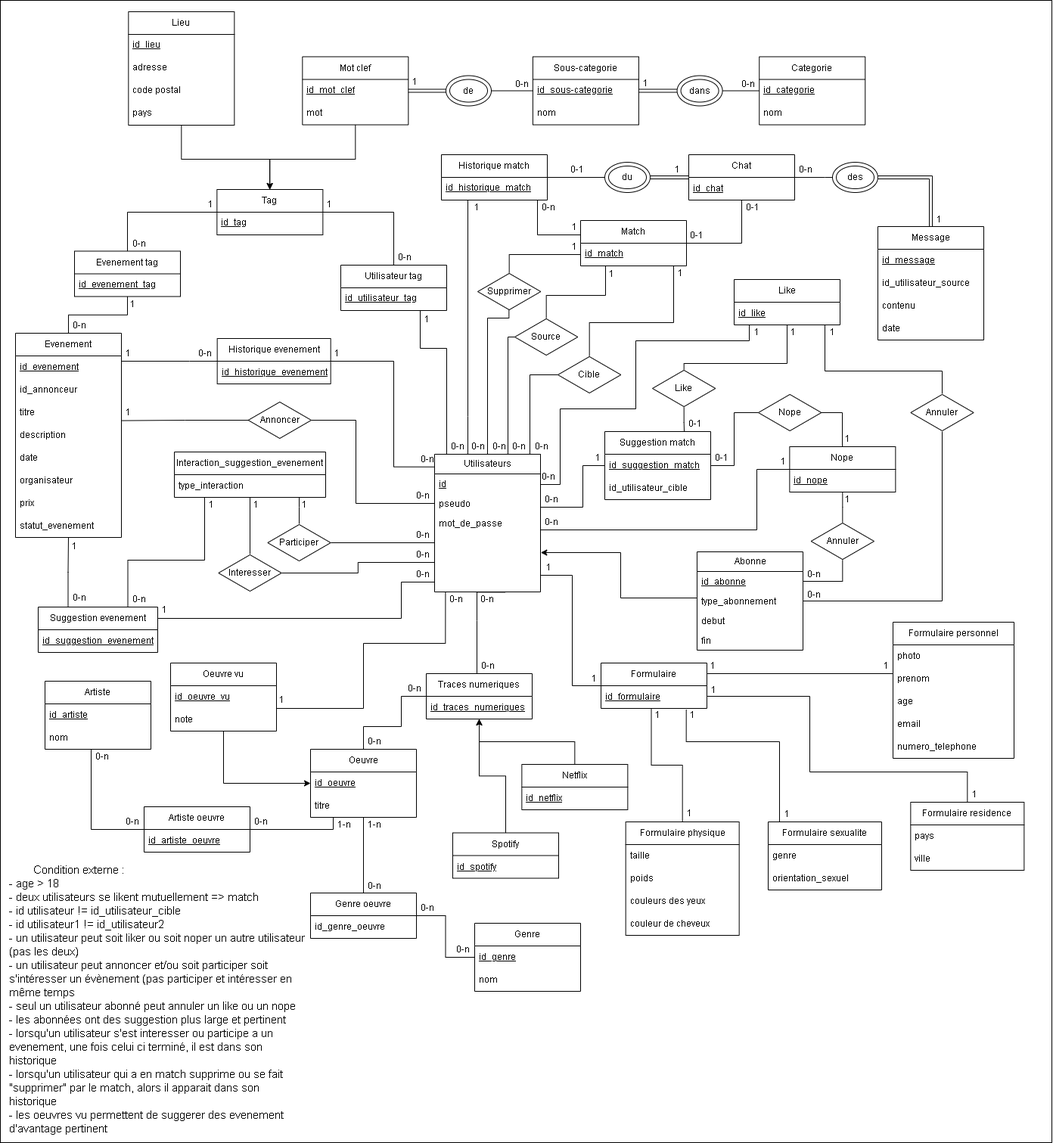
The draw.io diagram ER.png in SuyuKuka/Le-Big-Match-Big-Brother-Is-Matching-You, before a commit. Source tidied: cells renumbered, new cells last; positions are measured from the earlier drawing's top-left corner, leaving out a move shared by most shapes.
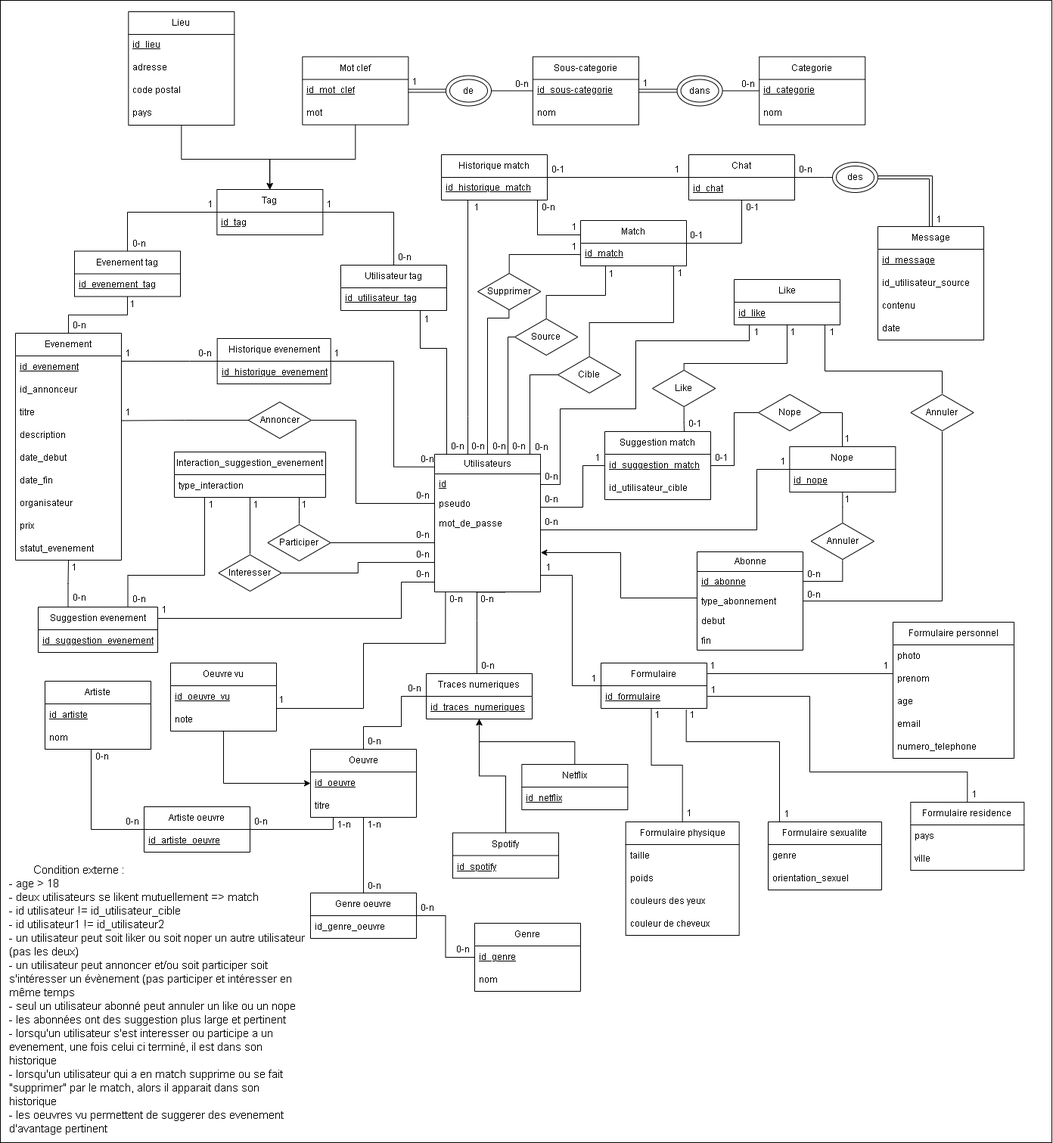
After the commit.

Commit message:
enlever entité faible sur historique match et chat

What changed in the source:
```diff
@@ -166,7 +166,7 @@
       <mxGeometry y="60" width="140" height="30" as="geometry" />
     </mxCell>
     <mxCell id="43" value="Evenement" style="swimlane;fontStyle=0;horizontal=1;startSize=30;whiteSpace=wrap;html=1;" parent="1" vertex="1">
-      <mxGeometry x="20" y="440" width="140" height="270" as="geometry" />
+      <mxGeometry x="20" y="440" width="140" height="300" as="geometry" />
     </mxCell>
     <mxCell id="44" value="&lt;u&gt;id_evenement&lt;/u&gt;" style="text;strokeColor=none;fillColor=none;align=left;verticalAlign=middle;spacingLeft=4;spacingRight=4;overflow=hidden;points=[[0,0.5],[1,0.5]];portConstraint=eastwest;whiteSpace=wrap;html=1;" parent="43" vertex="1">
       <mxGeometry y="30" width="140" height="30" as="geometry" />
@@ -180,17 +180,20 @@
     <mxCell id="47" value="description" style="text;strokeColor=none;fillColor=none;align=left;verticalAlign=middle;spacingLeft=4;spacingRight=4;overflow=hidden;whiteSpace=wrap;html=1;" parent="43" vertex="1">
       <mxGeometry y="120" width="140" height="30" as="geometry" />
     </mxCell>
-    <mxCell id="48" value="date" style="text;strokeColor=none;fillColor=none;align=left;verticalAlign=middle;spacingLeft=4;spacingRight=4;overflow=hidden;whiteSpace=wrap;html=1;" parent="43" vertex="1">
+    <mxCell id="48" value="date_debut" style="text;strokeColor=none;fillColor=none;align=left;verticalAlign=middle;spacingLeft=4;spacingRight=4;overflow=hidden;whiteSpace=wrap;html=1;" parent="43" vertex="1">
       <mxGeometry y="150" width="140" height="30" as="geometry" />
     </mxCell>
+    <mxCell id="271" value="date_fin" style="text;strokeColor=none;fillColor=none;align=left;verticalAlign=middle;spacingLeft=4;spacingRight=4;overflow=hidden;whiteSpace=wrap;html=1;" parent="43" vertex="1">
+      <mxGeometry y="180" width="140" height="30" as="geometry" />
+    </mxCell>
     <mxCell id="49" value="organisateur" style="text;strokeColor=none;fillColor=none;align=left;verticalAlign=middle;spacingLeft=4;spacingRight=4;overflow=hidden;whiteSpace=wrap;html=1;" parent="43" vertex="1">
-      <mxGeometry y="180" width="140" height="30" as="geometry" />
+      <mxGeometry y="210" width="140" height="30" as="geometry" />
     </mxCell>
     <mxCell id="50" value="prix" style="text;strokeColor=none;fillColor=none;align=left;verticalAlign=middle;spacingLeft=4;spacingRight=4;overflow=hidden;whiteSpace=wrap;html=1;" parent="43" vertex="1">
-      <mxGeometry y="210" width="140" height="30" as="geometry" />
+      <mxGeometry y="240" width="140" height="30" as="geometry" />
     </mxCell>
     <mxCell id="51" value="statut_evenement" style="text;strokeColor=none;fillColor=none;align=left;verticalAlign=middle;spacingLeft=4;spacingRight=4;overflow=hidden;whiteSpace=wrap;html=1;" parent="43" vertex="1">
-      <mxGeometry y="240" width="140" height="30" as="geometry" />
+      <mxGeometry y="270" width="140" height="30" as="geometry" />
     </mxCell>
     <mxCell id="52" style="edgeStyle=orthogonalEdgeStyle;rounded=0;jettySize=auto;html=1;endArrow=none;startFill=0;" parent="1" edge="1" source="53" target="252">
       <mxGeometry relative="1" as="geometry" />
@@ -687,7 +690,7 @@
       <mxGeometry x="1105" y="570" width="30" height="20" as="geometry" />
     </mxCell>
     <mxCell id="179" value="0-n" style="text;html=1;align=center;verticalAlign=middle;whiteSpace=wrap;rounded=0;" parent="1" vertex="1">
-      <mxGeometry x="710" y="620" width="30" height="20" as="geometry" />
+      <mxGeometry x="714" y="620" width="30" height="20" as="geometry" />
     </mxCell>
     <mxCell id="180" value="1" style="text;html=1;align=center;verticalAlign=middle;whiteSpace=wrap;rounded=0;" parent="1" vertex="1">
       <mxGeometry x="985" y="429" width="30" height="20" as="geometry" />
@@ -765,13 +768,13 @@
       <mxGeometry x="90" y="780" width="30" height="20" as="geometry" />
     </mxCell>
     <mxCell id="205" value="1" style="text;html=1;align=center;verticalAlign=middle;whiteSpace=wrap;rounded=0;" parent="1" vertex="1">
-      <mxGeometry x="83" y="712" width="30" height="20" as="geometry" />
+      <mxGeometry x="83" y="740" width="30" height="20" as="geometry" />
     </mxCell>
     <mxCell id="206" style="edgeStyle=orthogonalEdgeStyle;rounded=0;jettySize=auto;html=1;entryX=0.75;entryY=0;entryDx=0;entryDy=0;endArrow=none;startFill=0;" parent="1" edge="1" source="207" target="101">
       <mxGeometry relative="1" as="geometry">
         <Array as="points">
-          <mxPoint x="270" y="740" />
-          <mxPoint x="168" y="740" />
+          <mxPoint x="270" y="760" />
+          <mxPoint x="169" y="760" />
         </Array>
       </mxGeometry>
     </mxCell>
@@ -836,20 +839,11 @@
     <mxCell id="223" value="0-n" style="text;html=1;align=center;verticalAlign=middle;whiteSpace=wrap;rounded=0;" parent="1" vertex="1">
       <mxGeometry x="544" y="697" width="30" height="20" as="geometry" />
     </mxCell>
-    <mxCell id="224" style="edgeStyle=orthogonalEdgeStyle;rounded=0;jettySize=auto;html=1;endArrow=none;startFill=0;" parent="1" edge="1" source="226" target="116">
+    <mxCell id="224" style="edgeStyle=orthogonalEdgeStyle;rounded=0;jettySize=auto;html=1;endArrow=none;startFill=0;" parent="1" edge="1" source="104" target="116">
       <mxGeometry relative="1" as="geometry" />
     </mxCell>
-    <mxCell id="225" style="edgeStyle=orthogonalEdgeStyle;rounded=0;jettySize=auto;html=1;shape=link;" parent="1" edge="1" source="226" target="104">
-      <mxGeometry relative="1" as="geometry" />
-    </mxCell>
-    <mxCell id="226" style="ellipse;whiteSpace=wrap;html=1;" parent="1" vertex="1">
-      <mxGeometry x="799" y="214" width="60" height="40" as="geometry" />
-    </mxCell>
-    <mxCell id="227" value="du" style="ellipse;whiteSpace=wrap;html=1;" parent="1" vertex="1">
-      <mxGeometry x="804" y="219" width="50" height="30" as="geometry" />
-    </mxCell>
     <mxCell id="228" value="0-1" style="text;html=1;align=center;verticalAlign=middle;whiteSpace=wrap;rounded=0;" parent="1" vertex="1">
-      <mxGeometry x="748.3" y="214" width="30" height="20" as="geometry" />
+      <mxGeometry x="723" y="214" width="30" height="20" as="geometry" />
     </mxCell>
     <mxCell id="229" value="1" style="text;html=1;align=center;verticalAlign=middle;whiteSpace=wrap;rounded=0;" parent="1" vertex="1">
       <mxGeometry x="880" y="214" width="30" height="20" as="geometry" />
@@ -912,7 +906,7 @@
       <mxGeometry x="671" y="580" width="30" height="20" as="geometry" />
     </mxCell>
     <mxCell id="244" value="0-n" style="text;html=1;align=center;verticalAlign=middle;whiteSpace=wrap;rounded=0;" parent="1" vertex="1">
-      <mxGeometry x="701" y="580" width="30" height="20" as="geometry" />
+      <mxGeometry x="701" y="581" width="30" height="20" as="geometry" />
     </mxCell>
     <mxCell id="245" value="1" style="text;html=1;align=center;verticalAlign=middle;whiteSpace=wrap;rounded=0;" parent="1" vertex="1">
       <mxGeometry x="883.7" y="351" width="30" height="20" as="geometry" />
```
